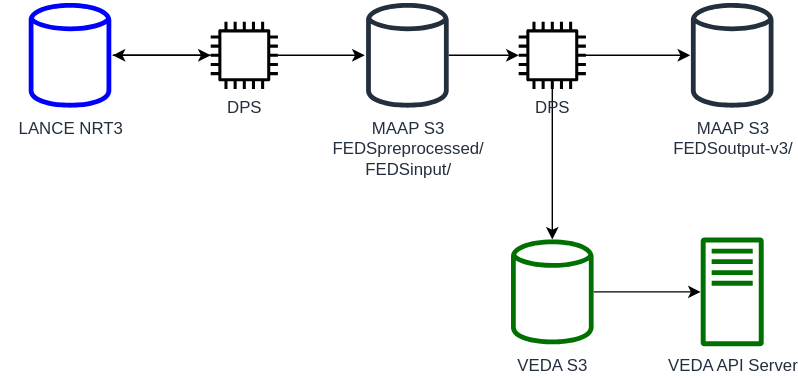
Before: docs/images/feds-production.drawio.svg, a diagram exported from draw.io (Earth-Information-System/fireatlas). Source tidied: cells renumbered, new cells last; positions are measured from the earlier drawing's top-left corner, leaving out a move shared by most shapes. Its diagram source:
```xml
<mxGraphModel>
  <root>
    <mxCell id="0" />
    <mxCell id="1" parent="0" />
    <mxCell id="2" style="shape=datastore;whiteSpace=wrap;html=1;fillColor=none;strokeColor=none;" parent="1" vertex="1">
      <mxGeometry y="209" width="60" height="60" as="geometry" />
    </mxCell>
    <mxCell id="3" style="edgeStyle=none;html=1;exitX=1;exitY=0.5;exitDx=0;exitDy=0;" parent="1" edge="1" target="6">
      <mxGeometry relative="1" as="geometry">
        <mxPoint x="80" y="39" as="sourcePoint" />
      </mxGeometry>
    </mxCell>
    <mxCell id="4" style="edgeStyle=none;html=1;" parent="1" edge="1" source="6">
      <mxGeometry relative="1" as="geometry">
        <mxPoint x="80" y="39" as="targetPoint" />
      </mxGeometry>
    </mxCell>
    <mxCell id="5" style="edgeStyle=none;html=1;" parent="1" edge="1" source="6">
      <mxGeometry relative="1" as="geometry">
        <mxPoint x="260" y="39" as="targetPoint" />
      </mxGeometry>
    </mxCell>
    <mxCell id="6" value="DPS" style="sketch=0;outlineConnect=0;fontColor=#232F3E;gradientColor=none;fillColor=#000000;strokeColor=none;dashed=0;verticalLabelPosition=bottom;verticalAlign=top;align=center;html=1;fontSize=12;fontStyle=0;shape=mxgraph.aws4.instance2;" parent="1" vertex="1">
      <mxGeometry x="150" y="15" width="48" height="48" as="geometry" />
    </mxCell>
    <mxCell id="7" style="edgeStyle=none;html=1;" parent="1" edge="1" target="10">
      <mxGeometry relative="1" as="geometry">
        <mxPoint x="320" y="39" as="sourcePoint" />
      </mxGeometry>
    </mxCell>
    <mxCell id="8" style="edgeStyle=none;html=1;entryX=0;entryY=0.5;entryDx=0;entryDy=0;" parent="1" edge="1" source="10">
      <mxGeometry relative="1" as="geometry">
        <mxPoint x="492.5" y="39" as="targetPoint" />
      </mxGeometry>
    </mxCell>
    <mxCell id="9" style="edgeStyle=none;html=1;" parent="1" edge="1" source="10" target="12">
      <mxGeometry relative="1" as="geometry" />
    </mxCell>
    <mxCell id="10" value="DPS" style="sketch=0;outlineConnect=0;fontColor=#232F3E;gradientColor=none;fillColor=#000000;strokeColor=none;dashed=0;verticalLabelPosition=bottom;verticalAlign=top;align=center;html=1;fontSize=12;fontStyle=0;shape=mxgraph.aws4.instance2;" parent="1" vertex="1">
      <mxGeometry x="370" y="15" width="48" height="48" as="geometry" />
    </mxCell>
    <mxCell id="11" style="edgeStyle=none;html=1;" parent="1" edge="1" source="12" target="13">
      <mxGeometry relative="1" as="geometry" />
    </mxCell>
    <mxCell id="12" value="VEDA S3&lt;br&gt;" style="sketch=0;outlineConnect=0;fontColor=#232F3E;gradientColor=none;fillColor=#007000;strokeColor=none;dashed=0;verticalLabelPosition=bottom;verticalAlign=top;align=center;html=1;fontSize=12;fontStyle=0;shape=mxgraph.aws4.generic_database;strokeWidth=1;" parent="1" vertex="1">
      <mxGeometry x="364.5" y="169" width="59" height="78" as="geometry" />
    </mxCell>
    <mxCell id="13" value="VEDA API Server" style="sketch=0;outlineConnect=0;fontColor=#232F3E;gradientColor=none;fillColor=#007000;strokeColor=none;dashed=0;verticalLabelPosition=bottom;verticalAlign=top;align=center;html=1;fontSize=12;fontStyle=0;shape=mxgraph.aws4.traditional_server;strokeWidth=1;" parent="1" vertex="1">
      <mxGeometry x="500" y="169" width="45" height="78" as="geometry" />
    </mxCell>
    <mxCell id="14" value="MAAP S3&lt;br&gt;FEDSoutput-v3/" style="sketch=0;fontColor=#232F3E;gradientColor=none;fillColor=#232F3D;strokeColor=none;dashed=0;verticalLabelPosition=bottom;verticalAlign=top;align=center;html=1;fontSize=12;fontStyle=0;shape=mxgraph.aws4.generic_database;strokeWidth=1;" parent="1" vertex="1">
      <mxGeometry x="493" width="59" height="78" as="geometry" />
    </mxCell>
    <mxCell id="15" value="MAAP S3&lt;br&gt;FEDSpreprocessed/&lt;br&gt;FEDSinput/" style="sketch=0;fontColor=#232F3E;gradientColor=none;fillColor=#232F3D;strokeColor=none;dashed=0;verticalLabelPosition=bottom;verticalAlign=top;align=center;html=1;fontSize=12;fontStyle=0;shape=mxgraph.aws4.generic_database;strokeWidth=1;" parent="1" vertex="1">
      <mxGeometry x="261" width="59" height="78" as="geometry" />
    </mxCell>
    <mxCell id="16" value="LANCE NRT3" style="sketch=0;fontColor=#232F3E;gradientColor=none;fillColor=#0000FF;strokeColor=none;dashed=0;verticalLabelPosition=bottom;verticalAlign=top;align=center;html=1;fontSize=12;fontStyle=0;shape=mxgraph.aws4.generic_database;strokeWidth=1;" parent="1" vertex="1">
      <mxGeometry x="20" width="59" height="78" as="geometry" />
    </mxCell>
  </root>
</mxGraphModel>
```
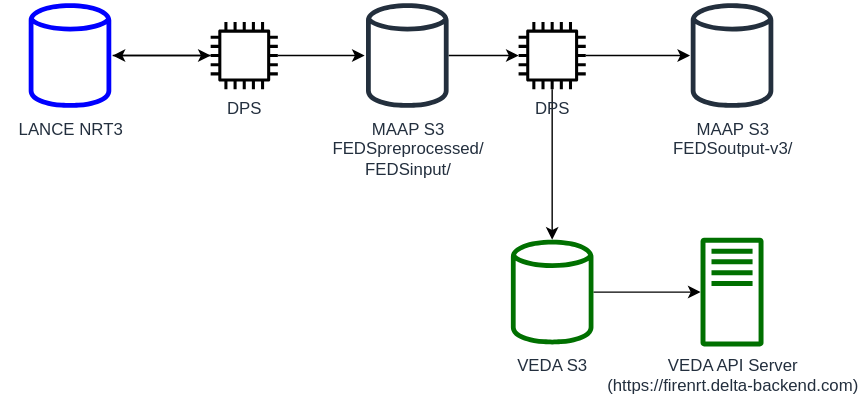
Later version of the same file.

Commit message:
Add API link

Change to the diagram source:
```diff
@@ -45,7 +45,7 @@
     <mxCell id="12" value="VEDA S3&lt;br&gt;" style="sketch=0;outlineConnect=0;fontColor=#232F3E;gradientColor=none;fillColor=#007000;strokeColor=none;dashed=0;verticalLabelPosition=bottom;verticalAlign=top;align=center;html=1;fontSize=12;fontStyle=0;shape=mxgraph.aws4.generic_database;strokeWidth=1;" parent="1" vertex="1">
       <mxGeometry x="364.5" y="169" width="59" height="78" as="geometry" />
     </mxCell>
-    <mxCell id="13" value="VEDA API Server" style="sketch=0;outlineConnect=0;fontColor=#232F3E;gradientColor=none;fillColor=#007000;strokeColor=none;dashed=0;verticalLabelPosition=bottom;verticalAlign=top;align=center;html=1;fontSize=12;fontStyle=0;shape=mxgraph.aws4.traditional_server;strokeWidth=1;" parent="1" vertex="1">
+    <mxCell id="13" value="VEDA API Server&lt;br&gt;(https://firenrt.delta-backend.com)" style="sketch=0;outlineConnect=0;fontColor=#232F3E;gradientColor=none;fillColor=#007000;strokeColor=none;dashed=0;verticalLabelPosition=bottom;verticalAlign=top;align=center;html=1;fontSize=12;fontStyle=0;shape=mxgraph.aws4.traditional_server;strokeWidth=1;" parent="1" vertex="1">
       <mxGeometry x="500" y="169" width="45" height="78" as="geometry" />
     </mxCell>
     <mxCell id="14" value="MAAP S3&lt;br&gt;FEDSoutput-v3/" style="sketch=0;fontColor=#232F3E;gradientColor=none;fillColor=#232F3D;strokeColor=none;dashed=0;verticalLabelPosition=bottom;verticalAlign=top;align=center;html=1;fontSize=12;fontStyle=0;shape=mxgraph.aws4.generic_database;strokeWidth=1;" parent="1" vertex="1">
```
